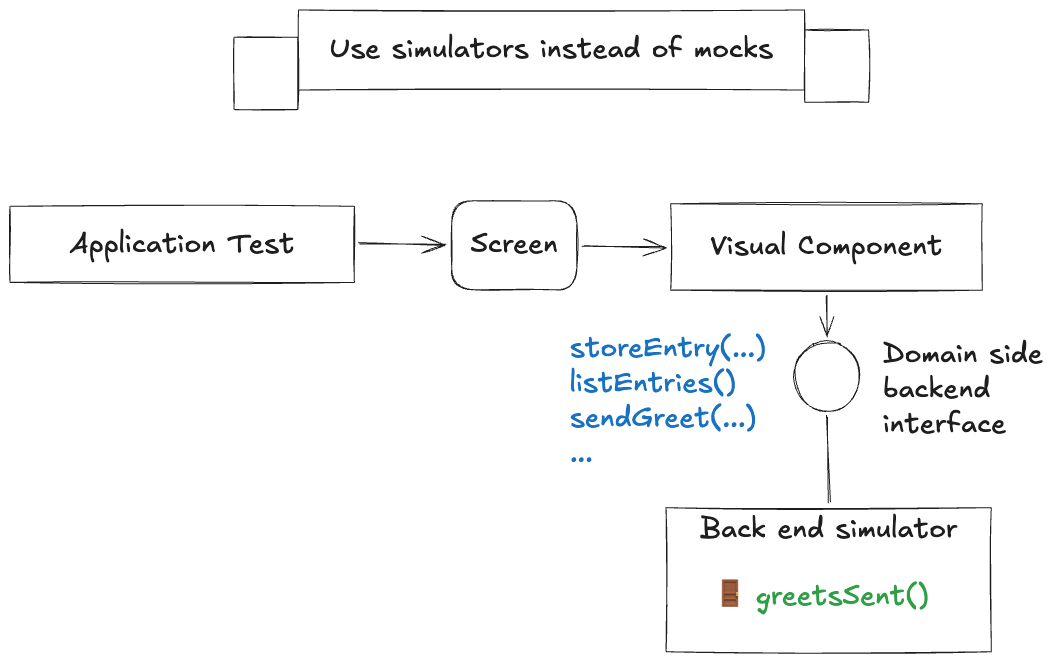
Earlier version of the Excalidraw export simulators-principles.png (mathieucans/access-driven-dev-kata). Source tidied: one line per element, renumbered; positions are measured from the earlier drawing's top-left corner, leaving out a move shared by most shapes. Source of this version:
```json
{"id": 0, "type": "rectangle", "strokeColor": "#1e1e1e", "strokeWidth": 1, "roughness": 1, "x": 0, "y": 196, "width": 344, "height": 76}
{"id": 1, "type": "text", "text": "Application Test", "strokeColor": "#1e1e1e", "strokeWidth": 1, "roughness": 1, "fontSize": 28, "fontFamily": 5, "textAlign": "center", "verticalAlign": "middle", "inside": 0, "x": 60, "y": 217, "width": 225, "height": 35}
{"id": 2, "type": "rectangle", "strokeColor": "#1e1e1e", "strokeWidth": 1, "roughness": 1, "x": 661, "y": 194, "width": 311, "height": 86}
{"id": 3, "type": "text", "text": "Visual Component", "strokeColor": "#1e1e1e", "strokeWidth": 1, "roughness": 1, "fontSize": 28, "fontFamily": 5, "textAlign": "center", "verticalAlign": "middle", "inside": 2, "x": 700, "y": 219, "width": 232, "height": 35}
{"id": 4, "type": "arrow", "strokeColor": "#1e1e1e", "strokeWidth": 1, "roughness": 1, "endArrowhead": "arrow", "round": true, "from": 0, "to": 5, "x": 350, "y": 234, "width": 86, "height": 1, "points": [[0, 0], [86, 1]]}
{"id": 5, "type": "rectangle", "strokeColor": "#1e1e1e", "strokeWidth": 1, "roughness": 1, "round": true, "x": 442, "y": 191, "width": 125, "height": 89}
{"id": 6, "type": "text", "text": "Screen", "strokeColor": "#1e1e1e", "strokeWidth": 1, "roughness": 1, "fontSize": 28, "fontFamily": 5, "textAlign": "center", "verticalAlign": "middle", "inside": 5, "x": 461, "y": 218, "width": 87, "height": 35}
{"id": 7, "type": "arrow", "strokeColor": "#1e1e1e", "strokeWidth": 1, "roughness": 1, "endArrowhead": "arrow", "round": true, "from": 5, "to": 2, "x": 572, "y": 235, "width": 83, "height": 1, "points": [[0, 0], [83, 1]]}
{"id": 8, "type": "ellipse", "strokeColor": "#1e1e1e", "strokeWidth": 1, "roughness": 1, "round": true, "x": 784, "y": 332, "width": 66, "height": 69}
{"id": 9, "type": "text", "text": "Domain side \nbackend\ninterface", "strokeColor": "#1e1e1e", "strokeWidth": 1, "roughness": 1, "fontSize": 28, "fontFamily": 5, "x": 873, "y": 328, "width": 171, "height": 105}
{"id": 10, "type": "arrow", "strokeColor": "#1e1e1e", "strokeWidth": 1, "roughness": 1, "endArrowhead": "arrow", "round": true, "from": 2, "to": 8, "x": 817, "y": 286, "width": 1, "height": 41, "points": [[0, 0], [1, 41]]}
{"id": 11, "type": "rectangle", "strokeColor": "#1e1e1e", "strokeWidth": 1, "roughness": 1, "x": 656, "y": 498, "width": 325, "height": 144}
{"id": 12, "type": "text", "text": "Back end simulator", "strokeColor": "#1e1e1e", "strokeWidth": 1, "roughness": 1, "fontSize": 28, "fontFamily": 5, "textAlign": "center", "inside": 11, "x": 690, "y": 503, "width": 258, "height": 35}
{"id": 13, "type": "arrow", "strokeColor": "#1e1e1e", "strokeWidth": 1, "roughness": 1, "round": true, "from": 11, "to": 8, "x": 819, "y": 492, "width": 1, "height": 86, "points": [[0, 0], [-1, -86]]}
{"id": 14, "type": "text", "text": "storeEntry(...)\nlistEntries()\nsendGreet(...)\n...", "strokeColor": "#1971c2", "strokeWidth": 1, "roughness": 1, "fontSize": 28, "fontFamily": 5, "x": 560, "y": 322, "width": 197, "height": 140}
{"id": 15, "type": "text", "text": "🚪 greetsSent()", "strokeColor": "#2f9e44", "strokeWidth": 1, "roughness": 1, "fontSize": 28, "fontFamily": 5, "x": 706, "y": 569, "width": 213, "height": 35}
{"id": 16, "type": "rectangle", "strokeColor": "#1e1e1e", "strokeWidth": 1, "roughness": 1, "x": 288, "y": 0, "width": 506, "height": 80}
{"id": 17, "type": "text", "text": "Use simulators instead of mocks", "strokeColor": "#1e1e1e", "strokeWidth": 1, "roughness": 1, "fontSize": 28, "fontFamily": 5, "textAlign": "center", "verticalAlign": "middle", "inside": 16, "x": 320, "y": 22, "width": 444, "height": 35}
{"id": 18, "type": "rectangle", "strokeColor": "#1e1e1e", "strokeWidth": 1, "roughness": 1, "x": 224, "y": 27, "width": 64, "height": 72}
{"id": 19, "type": "rectangle", "strokeColor": "#1e1e1e", "strokeWidth": 1, "roughness": 1, "x": 795, "y": 20, "width": 64, "height": 72}
```
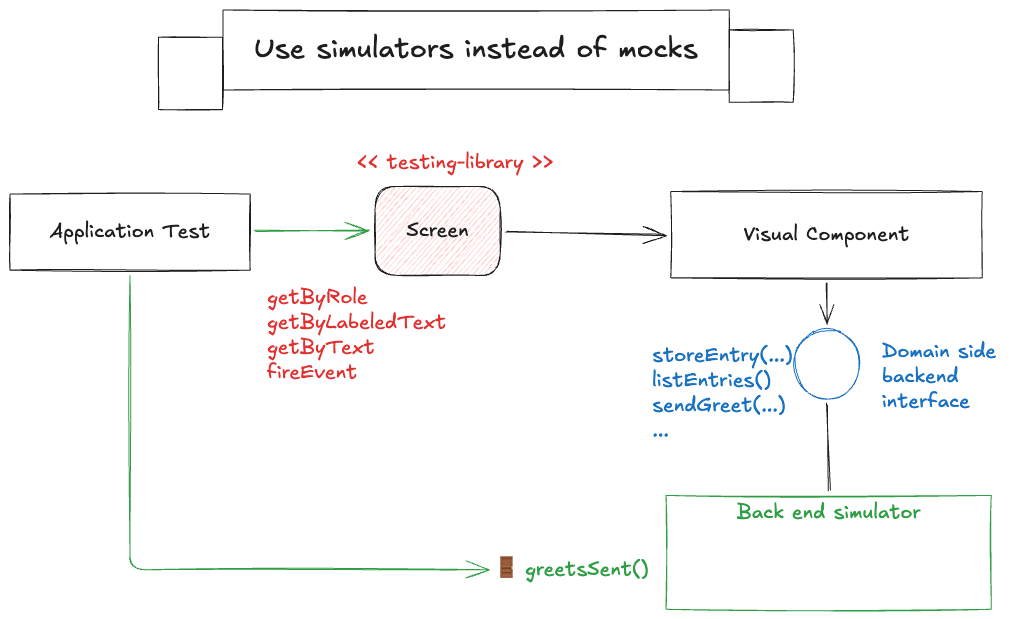
The same diagram one commit later.

Commit message:
Update simulator principles schema

The edit, as a diff of the source:
```diff
@@ -1,20 +1,23 @@
-{"id": 0, "type": "rectangle", "strokeColor": "#1e1e1e", "strokeWidth": 1, "roughness": 1, "x": 0, "y": 196, "width": 344, "height": 76}
+{"id": 0, "type": "rectangle", "strokeColor": "#1e1e1e", "strokeWidth": 1, "roughness": 1, "x": 75, "y": 184, "width": 240, "height": 76}
-{"id": 1, "type": "text", "text": "Application Test", "strokeColor": "#1e1e1e", "strokeWidth": 1, "roughness": 1, "fontSize": 28, "fontFamily": 5, "textAlign": "center", "verticalAlign": "middle", "inside": 0, "x": 60, "y": 217, "width": 225, "height": 35}
+{"id": 1, "type": "text", "text": "Application Test", "strokeColor": "#1e1e1e", "strokeWidth": 1, "roughness": 1, "fontSize": 20, "fontFamily": 5, "textAlign": "center", "verticalAlign": "middle", "inside": 0, "x": 115, "y": 210, "width": 161, "height": 25}
-{"id": 2, "type": "rectangle", "strokeColor": "#1e1e1e", "strokeWidth": 1, "roughness": 1, "x": 661, "y": 194, "width": 311, "height": 86}
+{"id": 2, "type": "rectangle", "strokeColor": "#1e1e1e", "strokeWidth": 1, "roughness": 1, "x": 736, "y": 182, "width": 311, "height": 86}
-{"id": 3, "type": "text", "text": "Visual Component", "strokeColor": "#1e1e1e", "strokeWidth": 1, "roughness": 1, "fontSize": 28, "fontFamily": 5, "textAlign": "center", "verticalAlign": "middle", "inside": 2, "x": 700, "y": 219, "width": 232, "height": 35}
+{"id": 3, "type": "text", "text": "Visual Component", "strokeColor": "#1e1e1e", "strokeWidth": 1, "roughness": 1, "fontSize": 20, "fontFamily": 5, "textAlign": "center", "verticalAlign": "middle", "inside": 2, "x": 809, "y": 212, "width": 166, "height": 25}
-{"id": 4, "type": "arrow", "strokeColor": "#1e1e1e", "strokeWidth": 1, "roughness": 1, "endArrowhead": "arrow", "round": true, "from": 0, "to": 5, "x": 350, "y": 234, "width": 86, "height": 1, "points": [[0, 0], [86, 1]]}
+{"id": 4, "type": "arrow", "strokeColor": "#2f9e44", "strokeWidth": 1, "roughness": 1, "endArrowhead": "arrow", "round": true, "from": 0, "to": 5, "x": 321, "y": 222, "width": 114, "height": 1, "points": [[0, 0], [114, -1]]}
-{"id": 5, "type": "rectangle", "strokeColor": "#1e1e1e", "strokeWidth": 1, "roughness": 1, "round": true, "x": 442, "y": 191, "width": 125, "height": 89}
+{"id": 5, "type": "rectangle", "strokeColor": "#1e1e1e", "backgroundColor": "#ffc9c9", "fillStyle": "hachure", "strokeWidth": 1, "roughness": 1, "round": true, "x": 440, "y": 176, "width": 125, "height": 89}
-{"id": 6, "type": "text", "text": "Screen", "strokeColor": "#1e1e1e", "strokeWidth": 1, "roughness": 1, "fontSize": 28, "fontFamily": 5, "textAlign": "center", "verticalAlign": "middle", "inside": 5, "x": 461, "y": 218, "width": 87, "height": 35}
+{"id": 6, "type": "text", "text": "Screen", "strokeColor": "#1e1e1e", "strokeWidth": 1, "roughness": 1, "fontSize": 20, "fontFamily": 5, "textAlign": "center", "verticalAlign": "middle", "inside": 5, "x": 472, "y": 208, "width": 62, "height": 25}
-{"id": 7, "type": "arrow", "strokeColor": "#1e1e1e", "strokeWidth": 1, "roughness": 1, "endArrowhead": "arrow", "round": true, "from": 5, "to": 2, "x": 572, "y": 235, "width": 83, "height": 1, "points": [[0, 0], [83, 1]]}
+{"id": 7, "type": "arrow", "strokeColor": "#1e1e1e", "strokeWidth": 1, "roughness": 1, "endArrowhead": "arrow", "round": true, "from": 5, "to": 2, "x": 571, "y": 221, "width": 159, "height": 4, "points": [[0, 0], [159, 4]]}
-{"id": 8, "type": "ellipse", "strokeColor": "#1e1e1e", "strokeWidth": 1, "roughness": 1, "round": true, "x": 784, "y": 332, "width": 66, "height": 69}
+{"id": 8, "type": "ellipse", "strokeColor": "#1971c2", "strokeWidth": 1, "roughness": 1, "round": true, "x": 859, "y": 320, "width": 66, "height": 69}
-{"id": 9, "type": "text", "text": "Domain side \nbackend\ninterface", "strokeColor": "#1e1e1e", "strokeWidth": 1, "roughness": 1, "fontSize": 28, "fontFamily": 5, "x": 873, "y": 328, "width": 171, "height": 105}
+{"id": 9, "type": "text", "text": "Domain side \nbackend\ninterface", "strokeColor": "#1971c2", "strokeWidth": 1, "roughness": 1, "fontSize": 20, "fontFamily": 5, "x": 947, "y": 329, "width": 122, "height": 75}
-{"id": 10, "type": "arrow", "strokeColor": "#1e1e1e", "strokeWidth": 1, "roughness": 1, "endArrowhead": "arrow", "round": true, "from": 2, "to": 8, "x": 817, "y": 286, "width": 1, "height": 41, "points": [[0, 0], [1, 41]]}
+{"id": 10, "type": "arrow", "strokeColor": "#1e1e1e", "strokeWidth": 1, "roughness": 1, "endArrowhead": "arrow", "round": true, "from": 2, "to": 8, "x": 892, "y": 273, "width": 1, "height": 41, "points": [[0, 0], [1, 41]]}
-{"id": 11, "type": "rectangle", "strokeColor": "#1e1e1e", "strokeWidth": 1, "roughness": 1, "x": 656, "y": 498, "width": 325, "height": 144}
+{"id": 11, "type": "rectangle", "strokeColor": "#2f9e44", "strokeWidth": 1, "roughness": 1, "x": 731, "y": 485, "width": 325, "height": 114}
-{"id": 12, "type": "text", "text": "Back end simulator", "strokeColor": "#1e1e1e", "strokeWidth": 1, "roughness": 1, "fontSize": 28, "fontFamily": 5, "textAlign": "center", "inside": 11, "x": 690, "y": 503, "width": 258, "height": 35}
+{"id": 12, "type": "text", "text": "Back end simulator", "strokeColor": "#2f9e44", "strokeWidth": 1, "roughness": 1, "fontSize": 20, "fontFamily": 5, "textAlign": "center", "inside": 11, "x": 802, "y": 490, "width": 184, "height": 25}
-{"id": 13, "type": "arrow", "strokeColor": "#1e1e1e", "strokeWidth": 1, "roughness": 1, "round": true, "from": 11, "to": 8, "x": 819, "y": 492, "width": 1, "height": 86, "points": [[0, 0], [-1, -86]]}
+{"id": 13, "type": "arrow", "strokeColor": "#1e1e1e", "strokeWidth": 1, "roughness": 1, "round": true, "from": 11, "to": 8, "x": 894, "y": 480, "width": 1, "height": 86, "points": [[0, 0], [-1, -86]]}
-{"id": 14, "type": "text", "text": "storeEntry(...)\nlistEntries()\nsendGreet(...)\n...", "strokeColor": "#1971c2", "strokeWidth": 1, "roughness": 1, "fontSize": 28, "fontFamily": 5, "x": 560, "y": 322, "width": 197, "height": 140}
+{"id": 14, "type": "text", "text": "storeEntry(...)\nlistEntries()\nsendGreet(...)\n...", "strokeColor": "#1971c2", "strokeWidth": 1, "roughness": 1, "fontSize": 20, "fontFamily": 5, "x": 718, "y": 333, "width": 140, "height": 100}
-{"id": 15, "type": "text", "text": "🚪 greetsSent()", "strokeColor": "#2f9e44", "strokeWidth": 1, "roughness": 1, "fontSize": 28, "fontFamily": 5, "x": 706, "y": 569, "width": 213, "height": 35}
+{"id": 15, "type": "text", "text": "🚪 greetsSent()", "strokeColor": "#2f9e44", "strokeWidth": 1, "roughness": 1, "fontSize": 20, "fontFamily": 5, "x": 560, "y": 547, "width": 154, "height": 25}
 {"id": 16, "type": "rectangle", "strokeColor": "#1e1e1e", "strokeWidth": 1, "roughness": 1, "x": 288, "y": 0, "width": 506, "height": 80}
 {"id": 17, "type": "text", "text": "Use simulators instead of mocks", "strokeColor": "#1e1e1e", "strokeWidth": 1, "roughness": 1, "fontSize": 28, "fontFamily": 5, "textAlign": "center", "verticalAlign": "middle", "inside": 16, "x": 320, "y": 22, "width": 444, "height": 35}
 {"id": 18, "type": "rectangle", "strokeColor": "#1e1e1e", "strokeWidth": 1, "roughness": 1, "x": 224, "y": 27, "width": 64, "height": 72}
 {"id": 19, "type": "rectangle", "strokeColor": "#1e1e1e", "strokeWidth": 1, "roughness": 1, "x": 795, "y": 20, "width": 64, "height": 72}
+{"id": 20, "type": "text", "text": "<< testing-library >>", "strokeColor": "#e03131", "backgroundColor": "#ffc9c9", "fillStyle": "hachure", "strokeWidth": 1, "roughness": 1, "fontSize": 20, "fontFamily": 5, "x": 422, "y": 140, "width": 197, "height": 25}
+{"id": 21, "type": "arrow", "strokeColor": "#2f9e44", "backgroundColor": "#ffc9c9", "fillStyle": "hachure", "strokeWidth": 1, "roughness": 1, "endArrowhead": "arrow", "from": 0, "to": 15, "x": 195, "y": 266, "width": 359, "height": 294, "points": [[0, 0], [0, 294], [359, 294]]}
+{"id": 22, "type": "text", "text": "getByRole\ngetByLabeledText\ngetByText\nfireEvent", "strokeColor": "#e03131", "backgroundColor": "#ffc9c9", "fillStyle": "hachure", "strokeWidth": 1, "roughness": 1, "fontSize": 20, "fontFamily": 5, "x": 332, "y": 275, "width": 179, "height": 100}
```
